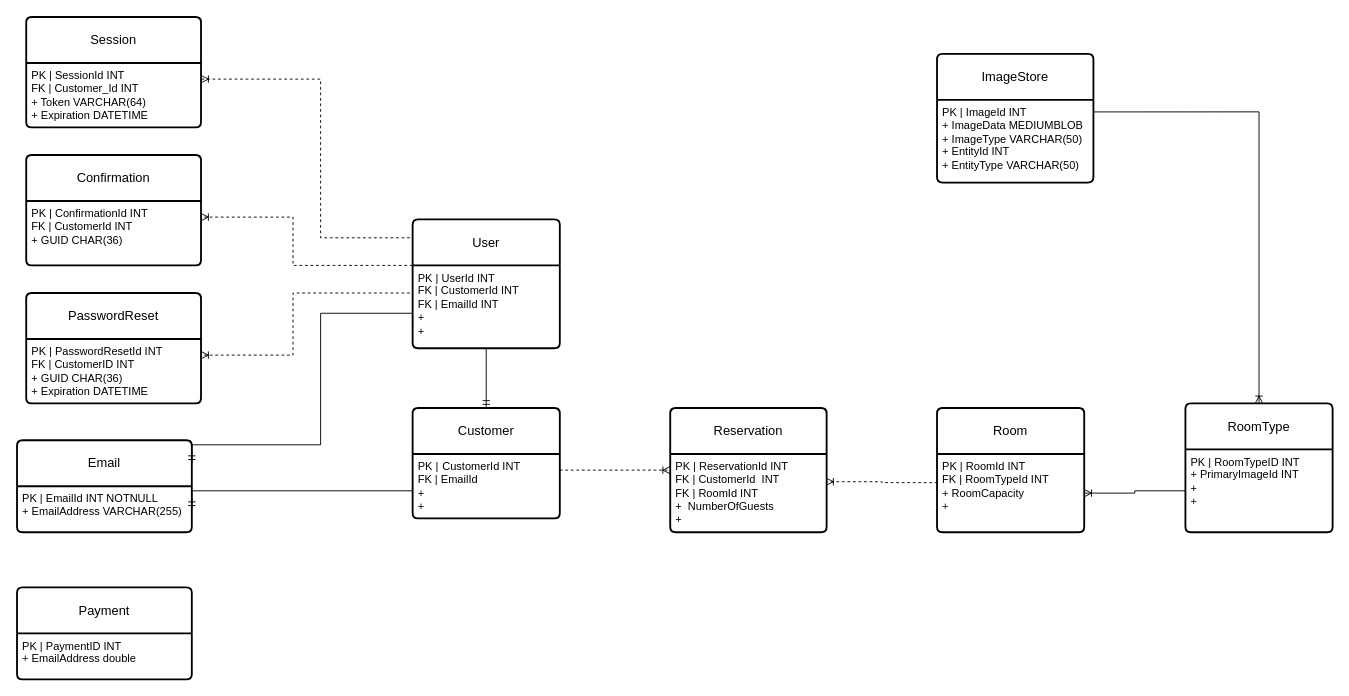
This is MoffatBayDB.drawio from RUKtheCROOK/Moffat-Bay, a draw.io file, before an edit. Source tidied: cells renumbered, new cells numbered last; positions are measured from the earlier drawing's top-left corner, leaving out a move shared by most shapes. Both pictures are drawn from the tidied source at 92%, with x=0, y=0 at pixel (17, 17).
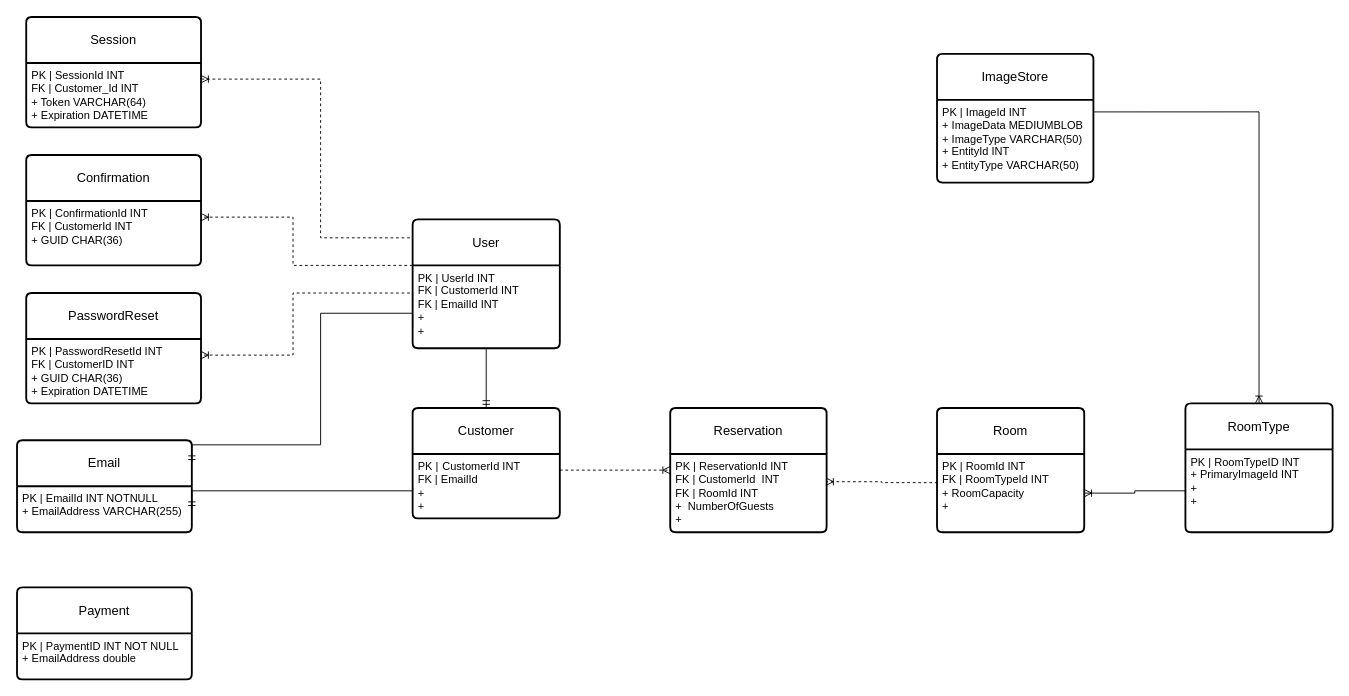
The same diagram, later.

Commit message:
Taylor pushing upates

Unchanged cells that the change refers to:
```xml
<mxCell id="32" value="Payment" style="swimlane;horizontal=1;startSize=50;rounded=1;fontSize=14;fontStyle=0;strokeWidth=2;shadow=0;dashed=0;align=center;arcSize=4;whiteSpace=wrap;html=1;" parent="1" vertex="1">
  <mxGeometry y="620" width="190" height="100" as="geometry" />
</mxCell>
```

What changed in the source:
```diff
@@
-    <mxCell id="33" value="PK | PaymentID INT&lt;div&gt;+ EmailAddress double&lt;/div&gt;" style="align=left;strokeColor=none;fillColor=none;spacingLeft=4;fontSize=12;verticalAlign=top;html=1;" parent="32" vertex="1">
+    <mxCell id="33" value="PK | PaymentID INT NOT NULL&lt;div&gt;+ EmailAddress double&lt;/div&gt;" style="align=left;strokeColor=none;fillColor=none;spacingLeft=4;fontSize=12;verticalAlign=top;html=1;" parent="32" vertex="1">
       <mxGeometry y="50" width="190" height="50" as="geometry" />
     </mxCell>
```
